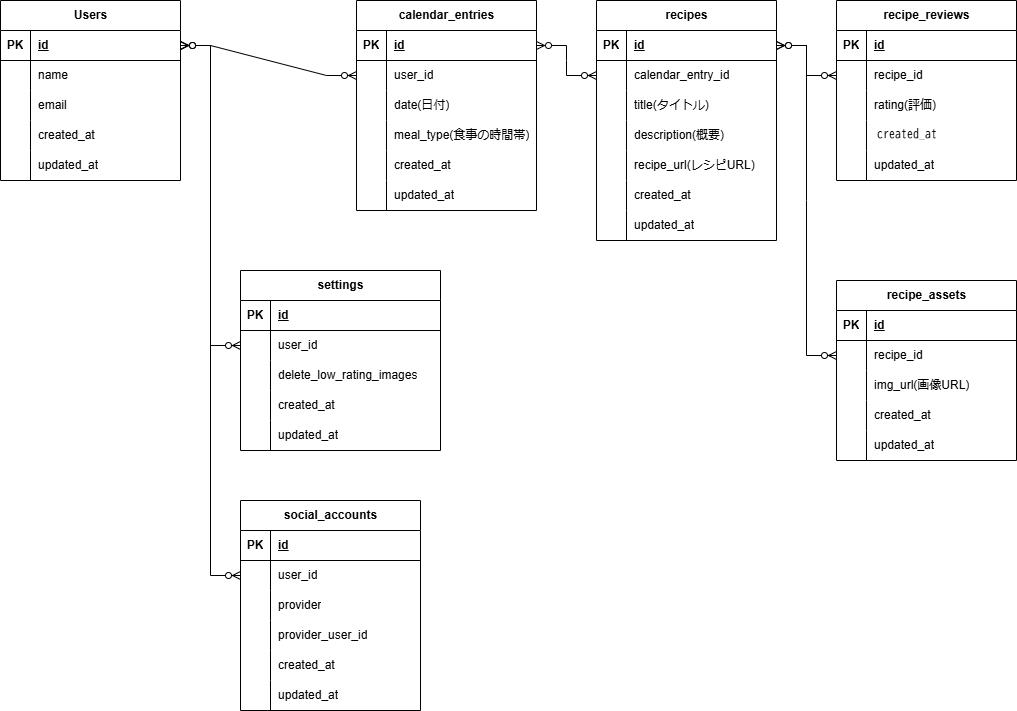
Above: docs/er-diagrams/レシピレビューアプリ_ER図.drawio.png in tomomaru034/recipe_review_app (draw.io), before the change. Source tidied: cells renumbered, new cells last; positions are measured from the earlier drawing's top-left corner, leaving out a move shared by most shapes.
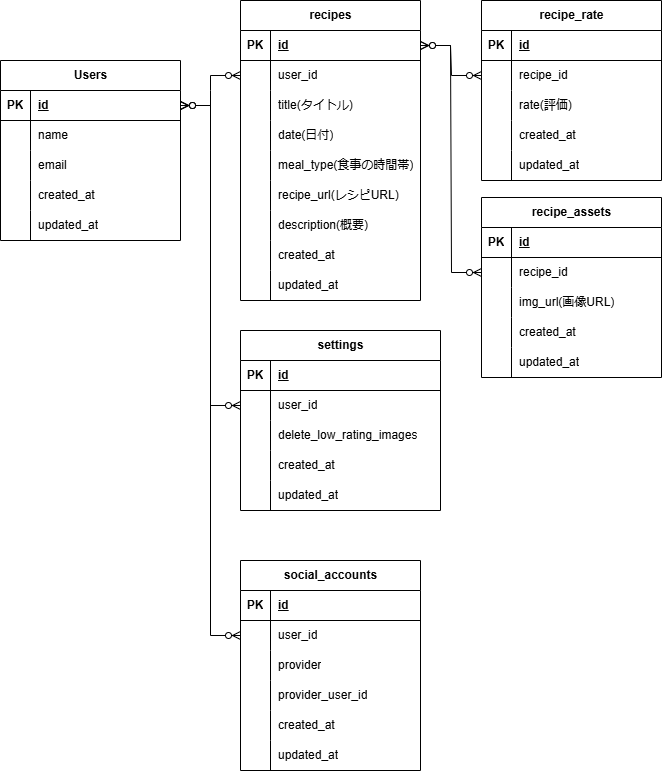
The same diagram one commit later.

Commit message:
レシピレビューアプリ_ER図.drawio.png を追加しました。

The edit, as a diff of the source:
```diff
@@ -107,65 +107,8 @@
     <mxCell id="36" value="updated_at" style="shape=partialRectangle;fillColor=none;top=0;left=0;bottom=0;right=0;align=left;spacingLeft=6;overflow=hidden;whiteSpace=wrap;html=1;" parent="34" vertex="1">
       <mxGeometry x="30" width="150" height="30" as="geometry" />
     </mxCell>
-    <mxCell id="37" value="calendar_entries" style="shape=table;startSize=30;rowLines=0;fontStyle=1;align=center;html=1;" parent="1" vertex="1">
-      <mxGeometry x="356" width="180" height="210" as="geometry" />
-    </mxCell>
-    <mxCell id="38" style="shape=tableRow;horizontal=0;startSize=0;swimlaneHead=0;swimlaneBody=0;fillColor=none;points=[[0,0.5],[1,0.5]];portConstraint=eastwest;top=0;left=0;right=0;bottom=1;" parent="37" vertex="1">
-      <mxGeometry y="30" width="180" height="30" as="geometry" />
-    </mxCell>
-    <mxCell id="39" value="PK" style="shape=partialRectangle;fillColor=none;top=0;left=0;bottom=0;right=0;fontStyle=1;overflow=hidden;whiteSpace=wrap;html=1;" parent="38" vertex="1">
-      <mxGeometry width="30" height="30" as="geometry" />
-    </mxCell>
-    <mxCell id="40" value="id" style="shape=partialRectangle;fillColor=none;top=0;left=0;bottom=0;right=0;align=left;spacingLeft=6;fontStyle=5;overflow=hidden;whiteSpace=wrap;html=1;" parent="38" vertex="1">
-      <mxGeometry x="30" width="150" height="30" as="geometry" />
-    </mxCell>
-    <mxCell id="41" style="shape=tableRow;horizontal=0;startSize=0;swimlaneHead=0;swimlaneBody=0;fillColor=none;points=[[0,0.5],[1,0.5]];portConstraint=eastwest;top=0;left=0;right=0;bottom=0;" parent="37" vertex="1">
-      <mxGeometry y="60" width="180" height="30" as="geometry" />
-    </mxCell>
-    <mxCell id="42" style="shape=partialRectangle;fillColor=none;top=0;left=0;bottom=0;right=0;overflow=hidden;whiteSpace=wrap;html=1;" parent="41" vertex="1">
-      <mxGeometry width="30" height="30" as="geometry" />
-    </mxCell>
-    <mxCell id="43" value="user_id" style="shape=partialRectangle;fillColor=none;top=0;left=0;bottom=0;right=0;align=left;spacingLeft=6;overflow=hidden;whiteSpace=wrap;html=1;" parent="41" vertex="1">
-      <mxGeometry x="30" width="150" height="30" as="geometry" />
-    </mxCell>
-    <mxCell id="44" style="shape=tableRow;horizontal=0;startSize=0;swimlaneHead=0;swimlaneBody=0;fillColor=none;top=0;left=0;right=0;bottom=0;" parent="37" vertex="1">
-      <mxGeometry y="90" width="180" height="30" as="geometry" />
-    </mxCell>
-    <mxCell id="45" style="shape=partialRectangle;fillColor=none;top=0;left=0;bottom=0;right=0;overflow=hidden;whiteSpace=wrap;html=1;" parent="44" vertex="1">
-      <mxGeometry width="30" height="30" as="geometry" />
-    </mxCell>
-    <mxCell id="46" value="date(日付)" style="shape=partialRectangle;fillColor=none;top=0;left=0;bottom=0;right=0;align=left;spacingLeft=6;overflow=hidden;whiteSpace=wrap;html=1;" parent="44" vertex="1">
-      <mxGeometry x="30" width="150" height="30" as="geometry" />
-    </mxCell>
-    <mxCell id="47" style="shape=tableRow;horizontal=0;startSize=0;swimlaneHead=0;swimlaneBody=0;fillColor=none;top=0;left=0;right=0;bottom=0;" parent="37" vertex="1">
-      <mxGeometry y="120" width="180" height="30" as="geometry" />
-    </mxCell>
-    <mxCell id="48" style="shape=partialRectangle;fillColor=none;top=0;left=0;bottom=0;right=0;overflow=hidden;whiteSpace=wrap;html=1;" parent="47" vertex="1">
-      <mxGeometry width="30" height="30" as="geometry" />
-    </mxCell>
-    <mxCell id="49" value="meal_type(食事の時間帯)" style="shape=partialRectangle;fillColor=none;top=0;left=0;bottom=0;right=0;align=left;spacingLeft=6;overflow=hidden;whiteSpace=wrap;html=1;" parent="47" vertex="1">
-      <mxGeometry x="30" width="150" height="30" as="geometry" />
-    </mxCell>
-    <mxCell id="50" style="shape=tableRow;horizontal=0;startSize=0;swimlaneHead=0;swimlaneBody=0;fillColor=none;top=0;left=0;right=0;bottom=0;" parent="37" vertex="1">
-      <mxGeometry y="150" width="180" height="30" as="geometry" />
-    </mxCell>
-    <mxCell id="51" style="shape=partialRectangle;fillColor=none;top=0;left=0;bottom=0;right=0;overflow=hidden;whiteSpace=wrap;html=1;" parent="50" vertex="1">
-      <mxGeometry width="30" height="30" as="geometry" />
-    </mxCell>
-    <mxCell id="52" value="created_at" style="shape=partialRectangle;fillColor=none;top=0;left=0;bottom=0;right=0;align=left;spacingLeft=6;overflow=hidden;whiteSpace=wrap;html=1;" parent="50" vertex="1">
-      <mxGeometry x="30" width="150" height="30" as="geometry" />
-    </mxCell>
-    <mxCell id="53" style="shape=tableRow;horizontal=0;startSize=0;swimlaneHead=0;swimlaneBody=0;fillColor=none;top=0;left=0;right=0;bottom=0;" parent="37" vertex="1">
-      <mxGeometry y="180" width="180" height="30" as="geometry" />
-    </mxCell>
-    <mxCell id="54" style="shape=partialRectangle;fillColor=none;top=0;left=0;bottom=0;right=0;overflow=hidden;whiteSpace=wrap;html=1;" parent="53" vertex="1">
-      <mxGeometry width="30" height="30" as="geometry" />
-    </mxCell>
-    <mxCell id="55" value="updated_at" style="shape=partialRectangle;fillColor=none;top=0;left=0;bottom=0;right=0;align=left;spacingLeft=6;overflow=hidden;whiteSpace=wrap;html=1;" parent="53" vertex="1">
-      <mxGeometry x="30" width="150" height="30" as="geometry" />
-    </mxCell>
     <mxCell id="56" value="recipes" style="shape=table;startSize=30;rowLines=0;fontStyle=1;align=center;html=1;" parent="1" vertex="1">
-      <mxGeometry x="596" width="180" height="240" as="geometry" />
+      <mxGeometry x="240" y="-60" width="180" height="300" as="geometry" />
     </mxCell>
     <mxCell id="57" style="shape=tableRow;horizontal=0;startSize=0;swimlaneHead=0;swimlaneBody=0;fillColor=none;points=[[0,0.5],[1,0.5]];portConstraint=eastwest;top=0;left=0;right=0;bottom=1;" parent="56" vertex="1">
       <mxGeometry y="30" width="180" height="30" as="geometry" />
@@ -182,7 +125,7 @@
     <mxCell id="61" style="shape=partialRectangle;fillColor=none;top=0;left=0;bottom=0;right=0;overflow=hidden;whiteSpace=wrap;html=1;" parent="60" vertex="1">
       <mxGeometry width="30" height="30" as="geometry" />
     </mxCell>
-    <mxCell id="62" value="calendar_entry_id" style="shape=partialRectangle;fillColor=none;top=0;left=0;bottom=0;right=0;align=left;spacingLeft=6;overflow=hidden;whiteSpace=wrap;html=1;" parent="60" vertex="1">
+    <mxCell id="62" value="user_id" style="shape=partialRectangle;fillColor=none;top=0;left=0;bottom=0;right=0;align=left;spacingLeft=6;overflow=hidden;whiteSpace=wrap;html=1;" parent="60" vertex="1">
       <mxGeometry x="30" width="150" height="30" as="geometry" />
     </mxCell>
     <mxCell id="63" style="shape=tableRow;horizontal=0;startSize=0;swimlaneHead=0;swimlaneBody=0;fillColor=none;top=0;left=0;right=0;bottom=0;" parent="56" vertex="1">
@@ -194,8 +137,35 @@
     <mxCell id="65" value="title(タイトル)" style="shape=partialRectangle;fillColor=none;top=0;left=0;bottom=0;right=0;align=left;spacingLeft=6;overflow=hidden;whiteSpace=wrap;html=1;" parent="63" vertex="1">
       <mxGeometry x="30" width="150" height="30" as="geometry" />
     </mxCell>
+    <mxCell id="47" style="shape=tableRow;horizontal=0;startSize=0;swimlaneHead=0;swimlaneBody=0;fillColor=none;top=0;left=0;right=0;bottom=0;" parent="56" vertex="1">
+      <mxGeometry y="120" width="180" height="30" as="geometry" />
+    </mxCell>
+    <mxCell id="132" style="shape=partialRectangle;fillColor=none;top=0;left=0;bottom=0;right=0;overflow=hidden;whiteSpace=wrap;html=1;" parent="47" vertex="1">
+      <mxGeometry width="30" height="30" as="geometry" />
+    </mxCell>
+    <mxCell id="46" value="date(日付)" style="shape=partialRectangle;fillColor=none;top=0;left=0;bottom=0;right=0;align=left;spacingLeft=6;overflow=hidden;whiteSpace=wrap;html=1;" parent="47" vertex="1">
+      <mxGeometry x="30" width="150" height="30" as="geometry" />
+    </mxCell>
+    <mxCell id="50" style="shape=tableRow;horizontal=0;startSize=0;swimlaneHead=0;swimlaneBody=0;fillColor=none;top=0;left=0;right=0;bottom=0;" parent="56" vertex="1">
+      <mxGeometry y="150" width="180" height="30" as="geometry" />
+    </mxCell>
+    <mxCell id="133" style="shape=partialRectangle;fillColor=none;top=0;left=0;bottom=0;right=0;overflow=hidden;whiteSpace=wrap;html=1;" parent="50" vertex="1">
+      <mxGeometry width="30" height="30" as="geometry" />
+    </mxCell>
+    <mxCell id="49" value="meal_type(食事の時間帯)" style="shape=partialRectangle;fillColor=none;top=0;left=0;bottom=0;right=0;align=left;spacingLeft=6;overflow=hidden;whiteSpace=wrap;html=1;" parent="50" vertex="1">
+      <mxGeometry x="30" width="150" height="30" as="geometry" />
+    </mxCell>
+    <mxCell id="69" style="shape=tableRow;horizontal=0;startSize=0;swimlaneHead=0;swimlaneBody=0;fillColor=none;top=0;left=0;right=0;bottom=0;" parent="56" vertex="1">
+      <mxGeometry y="180" width="180" height="30" as="geometry" />
+    </mxCell>
+    <mxCell id="70" style="shape=partialRectangle;fillColor=none;top=0;left=0;bottom=0;right=0;overflow=hidden;whiteSpace=wrap;html=1;" parent="69" vertex="1">
+      <mxGeometry width="30" height="30" as="geometry" />
+    </mxCell>
+    <mxCell id="71" value="recipe_url(レシピURL)" style="shape=partialRectangle;fillColor=none;top=0;left=0;bottom=0;right=0;align=left;spacingLeft=6;overflow=hidden;whiteSpace=wrap;html=1;" parent="69" vertex="1">
+      <mxGeometry x="30" width="150" height="30" as="geometry" />
+    </mxCell>
     <mxCell id="66" style="shape=tableRow;horizontal=0;startSize=0;swimlaneHead=0;swimlaneBody=0;fillColor=none;top=0;left=0;right=0;bottom=0;" parent="56" vertex="1">
-      <mxGeometry y="120" width="180" height="30" as="geometry" />
+      <mxGeometry y="210" width="180" height="30" as="geometry" />
     </mxCell>
     <mxCell id="67" style="shape=partialRectangle;fillColor=none;top=0;left=0;bottom=0;right=0;overflow=hidden;whiteSpace=wrap;html=1;" parent="66" vertex="1">
       <mxGeometry width="30" height="30" as="geometry" />
@@ -203,17 +173,8 @@
     <mxCell id="68" value="description(概要)" style="shape=partialRectangle;fillColor=none;top=0;left=0;bottom=0;right=0;align=left;spacingLeft=6;overflow=hidden;whiteSpace=wrap;html=1;" parent="66" vertex="1">
       <mxGeometry x="30" width="150" height="30" as="geometry" />
     </mxCell>
-    <mxCell id="69" style="shape=tableRow;horizontal=0;startSize=0;swimlaneHead=0;swimlaneBody=0;fillColor=none;top=0;left=0;right=0;bottom=0;" parent="56" vertex="1">
-      <mxGeometry y="150" width="180" height="30" as="geometry" />
-    </mxCell>
-    <mxCell id="70" style="shape=partialRectangle;fillColor=none;top=0;left=0;bottom=0;right=0;overflow=hidden;whiteSpace=wrap;html=1;" parent="69" vertex="1">
-      <mxGeometry width="30" height="30" as="geometry" />
-    </mxCell>
-    <mxCell id="71" value="recipe_url(レシピURL)" style="shape=partialRectangle;fillColor=none;top=0;left=0;bottom=0;right=0;align=left;spacingLeft=6;overflow=hidden;whiteSpace=wrap;html=1;" parent="69" vertex="1">
-      <mxGeometry x="30" width="150" height="30" as="geometry" />
-    </mxCell>
     <mxCell id="72" style="shape=tableRow;horizontal=0;startSize=0;swimlaneHead=0;swimlaneBody=0;fillColor=none;top=0;left=0;right=0;bottom=0;" parent="56" vertex="1">
-      <mxGeometry y="180" width="180" height="30" as="geometry" />
+      <mxGeometry y="240" width="180" height="30" as="geometry" />
     </mxCell>
     <mxCell id="73" style="shape=partialRectangle;fillColor=none;top=0;left=0;bottom=0;right=0;overflow=hidden;whiteSpace=wrap;html=1;" parent="72" vertex="1">
       <mxGeometry width="30" height="30" as="geometry" />
@@ -222,7 +183,7 @@
       <mxGeometry x="30" width="150" height="30" as="geometry" />
     </mxCell>
     <mxCell id="75" style="shape=tableRow;horizontal=0;startSize=0;swimlaneHead=0;swimlaneBody=0;fillColor=none;top=0;left=0;right=0;bottom=0;" parent="56" vertex="1">
-      <mxGeometry y="210" width="180" height="30" as="geometry" />
+      <mxGeometry y="270" width="180" height="30" as="geometry" />
     </mxCell>
     <mxCell id="76" style="shape=partialRectangle;fillColor=none;top=0;left=0;bottom=0;right=0;overflow=hidden;whiteSpace=wrap;html=1;" parent="75" vertex="1">
       <mxGeometry width="30" height="30" as="geometry" />
@@ -230,8 +191,8 @@
     <mxCell id="77" value="updated_at" style="shape=partialRectangle;fillColor=none;top=0;left=0;bottom=0;right=0;align=left;spacingLeft=6;overflow=hidden;whiteSpace=wrap;html=1;" parent="75" vertex="1">
       <mxGeometry x="30" width="150" height="30" as="geometry" />
     </mxCell>
-    <mxCell id="78" value="recipe_reviews" style="shape=table;startSize=30;rowLines=0;fontStyle=1;align=center;html=1;" parent="1" vertex="1">
-      <mxGeometry x="836" width="180" height="180" as="geometry" />
+    <mxCell id="78" value="recipe_rate" style="shape=table;startSize=30;rowLines=0;fontStyle=1;align=center;html=1;" parent="1" vertex="1">
+      <mxGeometry x="481" y="-60" width="180" height="180" as="geometry" />
     </mxCell>
     <mxCell id="79" style="shape=tableRow;horizontal=0;startSize=0;swimlaneHead=0;swimlaneBody=0;fillColor=none;top=0;left=0;right=0;bottom=1;" parent="78" vertex="1">
       <mxGeometry y="30" width="180" height="30" as="geometry" />
@@ -257,7 +218,7 @@
     <mxCell id="86" style="shape=partialRectangle;fillColor=none;top=0;left=0;bottom=0;right=0;overflow=hidden;whiteSpace=wrap;html=1;" parent="85" vertex="1">
       <mxGeometry width="30" height="30" as="geometry" />
     </mxCell>
-    <mxCell id="87" value="rating(評価)" style="shape=partialRectangle;fillColor=none;top=0;left=0;bottom=0;right=0;align=left;spacingLeft=6;overflow=hidden;whiteSpace=wrap;html=1;" parent="85" vertex="1">
+    <mxCell id="87" value="rate(評価)" style="shape=partialRectangle;fillColor=none;top=0;left=0;bottom=0;right=0;align=left;spacingLeft=6;overflow=hidden;whiteSpace=wrap;html=1;" parent="85" vertex="1">
       <mxGeometry x="30" width="150" height="30" as="geometry" />
     </mxCell>
     <mxCell id="88" style="shape=tableRow;horizontal=0;startSize=0;swimlaneHead=0;swimlaneBody=0;fillColor=none;top=0;left=0;right=0;bottom=0;" parent="78" vertex="1">
@@ -266,7 +227,7 @@
     <mxCell id="89" style="shape=partialRectangle;fillColor=none;top=0;left=0;bottom=0;right=0;overflow=hidden;whiteSpace=wrap;html=1;" parent="88" vertex="1">
       <mxGeometry width="30" height="30" as="geometry" />
     </mxCell>
-    <mxCell id="90" value="&lt;table&gt;&lt;tbody&gt;&lt;tr&gt;&lt;td&gt;&lt;code&gt;created_at&lt;/code&gt;&lt;/td&gt;&lt;/tr&gt;&lt;/tbody&gt;&lt;/table&gt;&lt;table&gt;&lt;tbody&gt;&lt;tr&gt;&lt;td&gt;&lt;/td&gt;&lt;/tr&gt;&lt;/tbody&gt;&lt;/table&gt;" style="shape=partialRectangle;fillColor=none;top=0;left=0;bottom=0;right=0;align=left;spacingLeft=6;overflow=hidden;whiteSpace=wrap;html=1;" parent="88" vertex="1">
+    <mxCell id="90" value="created_at" style="shape=partialRectangle;fillColor=none;top=0;left=0;bottom=0;right=0;align=left;spacingLeft=6;overflow=hidden;whiteSpace=wrap;html=1;" parent="88" vertex="1">
       <mxGeometry x="30" width="150" height="30" as="geometry" />
     </mxCell>
     <mxCell id="91" style="shape=tableRow;horizontal=0;startSize=0;swimlaneHead=0;swimlaneBody=0;fillColor=none;top=0;left=0;right=0;bottom=0;" parent="78" vertex="1">
@@ -279,7 +240,7 @@
       <mxGeometry x="30" width="150" height="30" as="geometry" />
     </mxCell>
     <mxCell id="94" value="recipe_assets" style="shape=table;startSize=30;rowLines=0;fontStyle=1;align=center;html=1;" parent="1" vertex="1">
-      <mxGeometry x="836" y="280" width="180" height="180" as="geometry" />
+      <mxGeometry x="481" y="137" width="180" height="180" as="geometry" />
     </mxCell>
     <mxCell id="95" style="shape=tableRow;horizontal=0;startSize=0;swimlaneHead=0;swimlaneBody=0;fillColor=none;top=0;left=0;right=0;bottom=1;" parent="94" vertex="1">
       <mxGeometry y="30" width="180" height="30" as="geometry" />
@@ -395,10 +356,7 @@
         </Array>
       </mxGeometry>
     </mxCell>
-    <mxCell id="128" style="edgeStyle=entityRelationEdgeStyle;fontSize=12;html=1;endArrow=ERzeroToMany;endFill=1;startArrow=ERzeroToMany;rounded=0;entryDx=0;entryDy=0;exitDx=0;exitDy=0;entryX=1;entryY=0.5;exitX=0;exitY=0.5;" parent="1" edge="1" source="41" target="3">
-      <mxGeometry relative="1" as="geometry" />
-    </mxCell>
-    <mxCell id="129" style="edgeStyle=entityRelationEdgeStyle;fontSize=12;html=1;endArrow=ERzeroToMany;endFill=1;startArrow=ERzeroToMany;rounded=0;exitX=1;exitY=0.5;exitDx=0;exitDy=0;entryX=0;entryY=0.5;entryDx=0;entryDy=0;" parent="1" edge="1" source="38" target="60">
+    <mxCell id="129" style="edgeStyle=entityRelationEdgeStyle;fontSize=12;html=1;endArrow=ERzeroToMany;endFill=1;startArrow=ERzeroToMany;rounded=0;exitX=1;exitY=0.5;exitDx=0;exitDy=0;entryX=0;entryY=0.5;entryDx=0;entryDy=0;" parent="1" edge="1" source="3" target="60">
       <mxGeometry relative="1" as="geometry">
         <Array as="points">
           <mxPoint x="230" y="450" />
```
